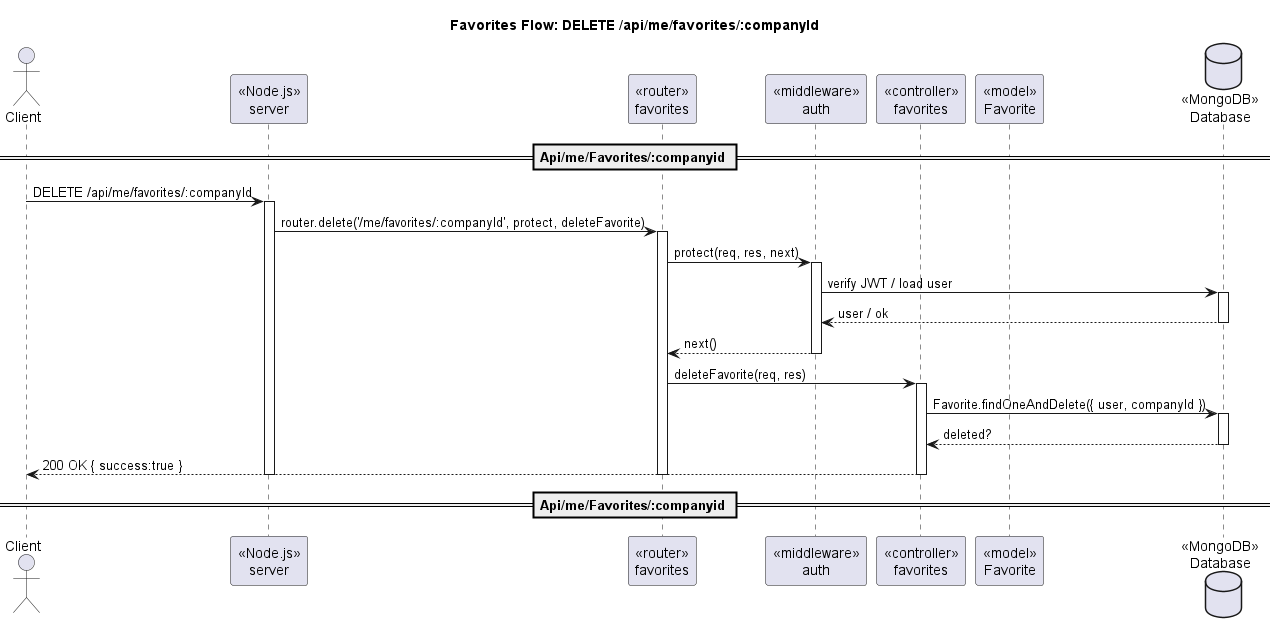
098ff/ArtmaybeDEV keeps this PlantUML diagram as out/docs/diagram/sequence/seq_me_favorites_companyId_delete.png. Above is the earlier version.
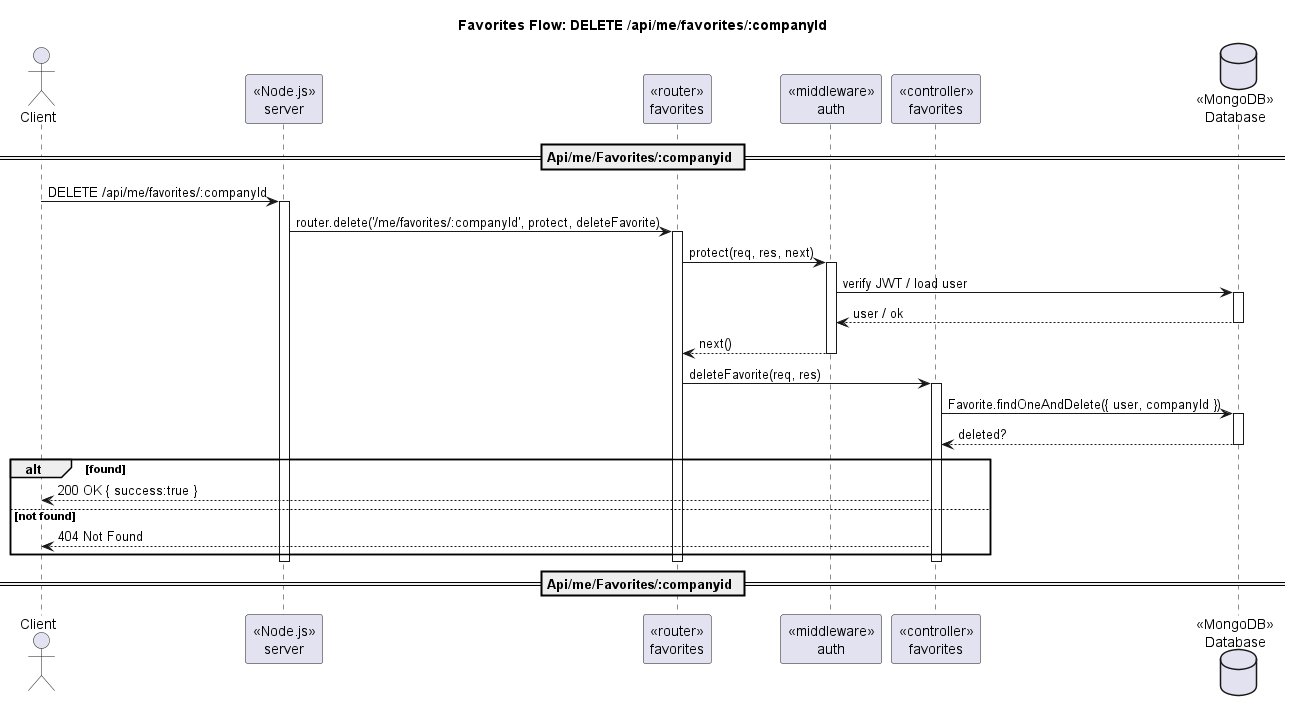
After the change.

Diff of the diagram source:
```diff
@@ -5,7 +5,6 @@
 participant "«router»\nfavorites" as Router
 participant "«middleware»\nauth" as AuthMW
 participant "«controller»\nfavorites" as Ctrl
-participant "«model»\nFavorite" as FavoriteModel
 database "«MongoDB»\nDatabase" as DB
 
 == Api/me/Favorites/:companyid ==
@@ -27,7 +26,11 @@
 activate DB
 DB --> Ctrl : deleted?
 deactivate DB
-Ctrl --> Client : 200 OK { success:true }
+alt found
+  Ctrl --> Client : 200 OK { success:true }
+else not found
+  Ctrl --> Client : 404 Not Found
+end
 deactivate Ctrl
 deactivate Router
 deactivate Server
```
